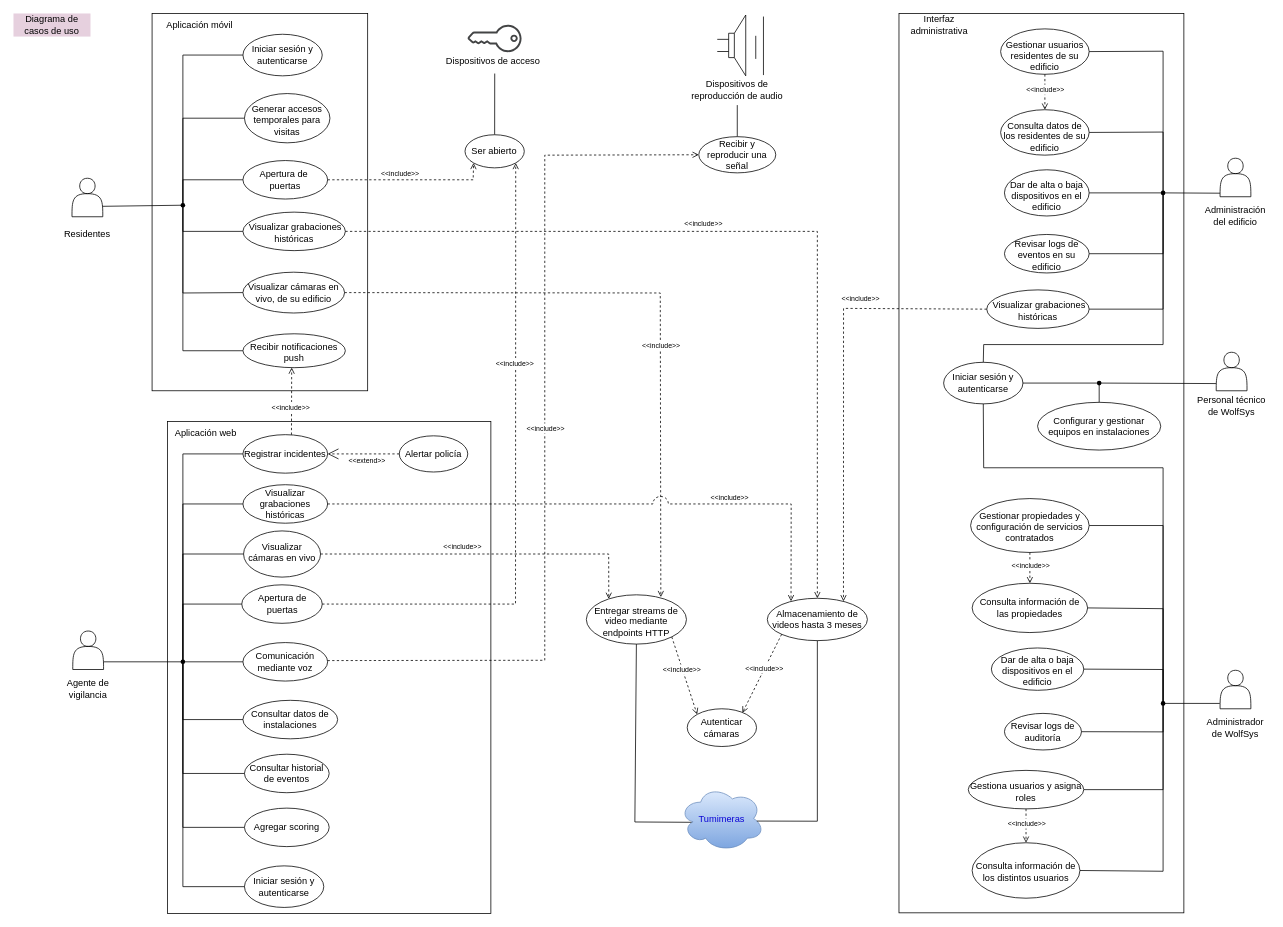
Earlier version of the draw.io diagram Documentación de la arquitectura/Diagramas/Editables-drawio/Diagrama-de-casos-de-uso.drawio (LIMoreno04/Caso-de-estudio---WolfSys---Arquitectura). Source tidied: cells renumbered, new cells numbered last; positions are measured from the earlier drawing's top-left corner, leaving out a move shared by most shapes. Both pictures are drawn from the tidied source at 77%, with x=0, y=0 at pixel (13, 12).
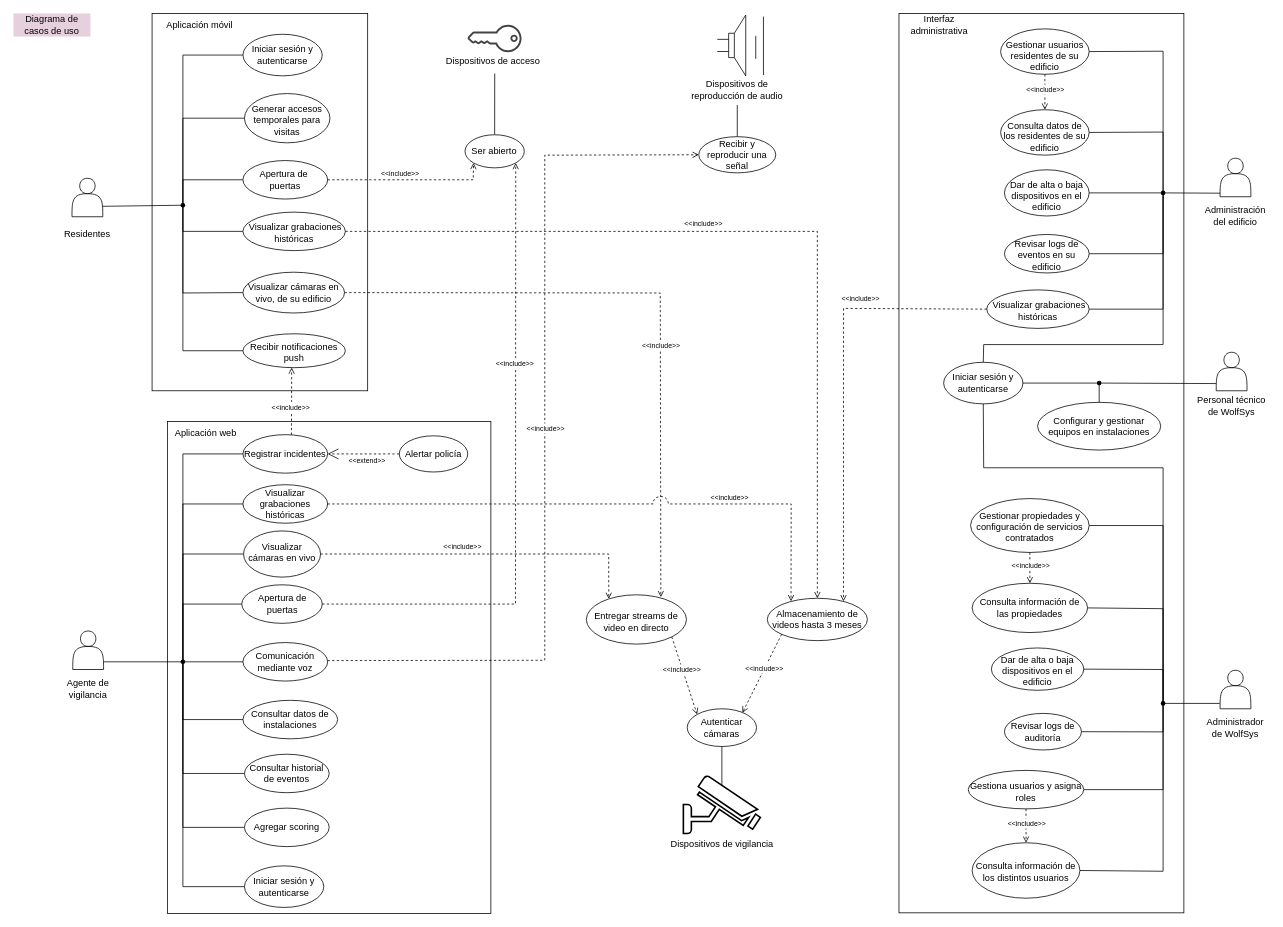
The same page after the edit.

The change refers to these unchanged cells:
```xml
<mxCell id="24" value="Almacenamiento de videos hasta 3 meses" style="ellipse;whiteSpace=wrap;html=1;" parent="1" vertex="1">
  <mxGeometry x="979" y="761.5" width="130" height="55" as="geometry" />
</mxCell>
<mxCell id="79" value="Autenticar cámaras" style="ellipse;whiteSpace=wrap;html=1;spacingTop=0;" parent="1" vertex="1">
  <mxGeometry x="875" y="905" width="90" height="49" as="geometry" />
</mxCell>
```

What changed in the source:
```diff
@@
-    <mxCell id="21" style="rounded=0;jettySize=auto;html=1;entryX=0.5;entryY=1;entryDx=0;entryDy=0;endArrow=none;startFill=0;exitX=0.153;exitY=0.558;exitDx=0;exitDy=0;exitPerimeter=0;" parent="1" edge="1" source="22" target="23">
-      <mxGeometry relative="1" as="geometry">
-        <Array as="points">
-          <mxPoint x="807" y="1052" />
-        </Array>
-      </mxGeometry>
-    </mxCell>
-    <mxCell id="22" value="Tumimeras" style="ellipse;shape=cloud;whiteSpace=wrap;html=1;fillColor=#dae8fc;strokeColor=#6c8ebf;gradientColor=#7ea6e0;fontColor=#0A03D5;" parent="1" vertex="1">
-      <mxGeometry x="865" y="1005" width="110" height="85" as="geometry" />
-    </mxCell>
-    <mxCell id="23" value="Entregar streams de video mediante endpoints HTTP" style="ellipse;whiteSpace=wrap;html=1;spacingTop=5;" parent="1" vertex="1">
+    <mxCell id="23" value="Entregar streams de video en directo" style="ellipse;whiteSpace=wrap;html=1;spacingTop=5;" parent="1" vertex="1">
       <mxGeometry x="744" y="757" width="130" height="64" as="geometry" />
     </mxCell>
@@
-    <mxCell id="76" style="rounded=0;jettySize=auto;html=1;entryX=0.5;entryY=1;entryDx=0;entryDy=0;endArrow=none;startFill=0;exitX=0.913;exitY=0.539;exitDx=0;exitDy=0;exitPerimeter=0;" parent="1" edge="1" source="22" target="24">
-      <mxGeometry relative="1" as="geometry">
-        <Array as="points">
-          <mxPoint x="1044" y="1051" />
-        </Array>
-      </mxGeometry>
-    </mxCell>
@@
+    <mxCell id="142" value="Dispositivos de vigilancia" style="fontColor=default;verticalAlign=top;verticalLabelPosition=bottom;labelPosition=center;align=center;html=1;fillColor=#FFFFFF;strokeColor=#000000;gradientColor=none;gradientDirection=north;strokeWidth=2;shape=mxgraph.networks.security_camera;" parent="1" vertex="1">
+      <mxGeometry x="870" y="992" width="100" height="75" as="geometry" />
+    </mxCell>
+    <mxCell id="143" style="endArrow=none;html=1;rounded=0;exitX=0.5;exitY=1;exitDx=0;exitDy=0;" parent="1" edge="1" source="79">
+      <mxGeometry relative="1" as="geometry">
+        <mxPoint x="920" y="1004" as="targetPoint" />
+      </mxGeometry>
+    </mxCell>
```
